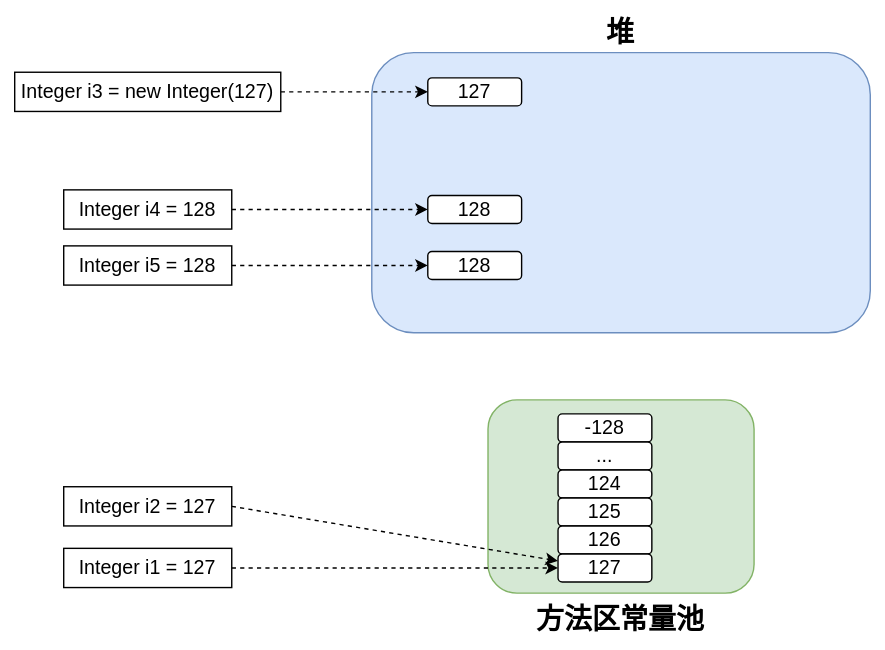
The draw.io diagram Java/JavaSE/基础知识/数值缓存.drawio.svg in Developer-Tang/notes, before a commit. Source tidied: cells renumbered, new cells last; positions are measured from the earlier drawing's top-left corner, leaving out a move shared by most shapes.
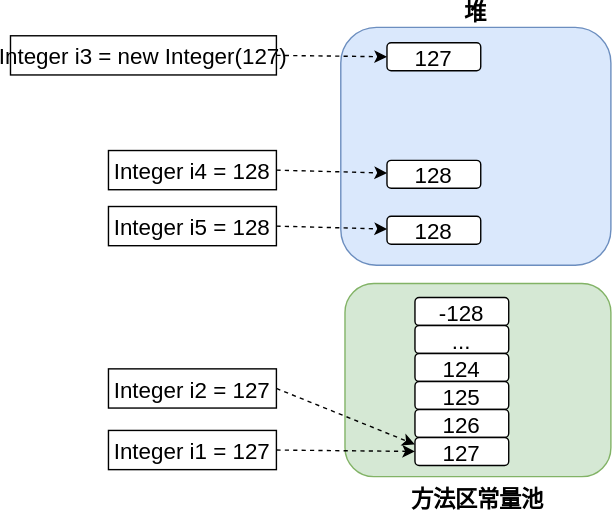
After the change.

The edit, as a diff of the source:
```diff
@@ -2,68 +2,68 @@
   <root>
     <mxCell id="0" />
     <mxCell id="1" parent="0" />
-    <mxCell id="2" value="方法区常量池" style="rounded=1;whiteSpace=wrap;html=1;fontSize=20;labelPosition=center;verticalLabelPosition=bottom;align=center;verticalAlign=top;fontStyle=1;fillColor=#d5e8d4;strokeColor=#82b366;" parent="1" vertex="1">
-      <mxGeometry x="338" y="248" width="190" height="138" as="geometry" />
+    <mxCell id="2" value="方法区常量池" style="rounded=1;fontSize=16;labelPosition=center;verticalLabelPosition=bottom;align=center;verticalAlign=top;fontStyle=1;fillColor=#d5e8d4;strokeColor=#82b366;" parent="1" vertex="1">
+      <mxGeometry x="171" y="147" width="190" height="138" as="geometry" />
     </mxCell>
-    <mxCell id="3" value="堆" style="rounded=1;whiteSpace=wrap;html=1;labelPosition=center;verticalLabelPosition=top;align=center;verticalAlign=bottom;fillColor=#dae8fc;strokeColor=#6c8ebf;fontSize=20;fontStyle=1;" parent="1" vertex="1">
-      <mxGeometry x="255" width="356" height="200" as="geometry" />
+    <mxCell id="3" value="堆" style="rounded=1;labelPosition=center;verticalLabelPosition=top;align=center;verticalAlign=bottom;fillColor=#dae8fc;strokeColor=#6c8ebf;fontSize=16;fontStyle=1;" parent="1" vertex="1">
+      <mxGeometry x="168" y="-36" width="193" height="170" as="geometry" />
     </mxCell>
-    <mxCell id="4" value="-128" style="rounded=1;whiteSpace=wrap;html=1;fontSize=14;" parent="1" vertex="1">
-      <mxGeometry x="388" y="258" width="67" height="20" as="geometry" />
+    <mxCell id="4" value="-128" style="rounded=1;fontSize=16;" parent="1" vertex="1">
+      <mxGeometry x="221" y="157" width="67" height="20" as="geometry" />
     </mxCell>
-    <mxCell id="5" value="..." style="rounded=1;whiteSpace=wrap;html=1;fontSize=14;" parent="1" vertex="1">
-      <mxGeometry x="388" y="278" width="67" height="20" as="geometry" />
+    <mxCell id="5" value="..." style="rounded=1;fontSize=16;" parent="1" vertex="1">
+      <mxGeometry x="221" y="177" width="67" height="20" as="geometry" />
     </mxCell>
-    <mxCell id="6" value="124" style="rounded=1;whiteSpace=wrap;html=1;fontSize=14;" parent="1" vertex="1">
-      <mxGeometry x="388" y="298" width="67" height="20" as="geometry" />
+    <mxCell id="6" value="124" style="rounded=1;fontSize=16;" parent="1" vertex="1">
+      <mxGeometry x="221" y="197" width="67" height="20" as="geometry" />
     </mxCell>
-    <mxCell id="7" value="125" style="rounded=1;whiteSpace=wrap;html=1;fontSize=14;" parent="1" vertex="1">
-      <mxGeometry x="388" y="318" width="67" height="20" as="geometry" />
+    <mxCell id="7" value="125" style="rounded=1;fontSize=16;" parent="1" vertex="1">
+      <mxGeometry x="221" y="217" width="67" height="20" as="geometry" />
     </mxCell>
-    <mxCell id="8" value="126" style="rounded=1;whiteSpace=wrap;html=1;fontSize=14;" parent="1" vertex="1">
-      <mxGeometry x="388" y="338" width="67" height="20" as="geometry" />
+    <mxCell id="8" value="126" style="rounded=1;fontSize=16;" parent="1" vertex="1">
+      <mxGeometry x="221" y="237" width="67" height="20" as="geometry" />
     </mxCell>
-    <mxCell id="9" value="127" style="rounded=1;whiteSpace=wrap;html=1;fontSize=14;" parent="1" vertex="1">
-      <mxGeometry x="388" y="358" width="67" height="20" as="geometry" />
+    <mxCell id="9" value="127" style="rounded=1;fontSize=16;" parent="1" vertex="1">
+      <mxGeometry x="221" y="257" width="67" height="20" as="geometry" />
     </mxCell>
-    <mxCell id="10" style="rounded=0;jettySize=auto;html=1;exitX=1;exitY=0.5;exitDx=0;exitDy=0;entryX=0;entryY=0.5;entryDx=0;entryDy=0;fontSize=14;dashed=1;" parent="1" edge="1" source="11" target="9">
+    <mxCell id="10" style="rounded=0;jettySize=auto;exitX=1;exitY=0.5;exitDx=0;exitDy=0;entryX=0;entryY=0.5;entryDx=0;entryDy=0;fontSize=16;dashed=1;" parent="1" edge="1" source="11" target="9">
       <mxGeometry relative="1" as="geometry" />
     </mxCell>
-    <mxCell id="11" value="Integer i1 = 127" style="whiteSpace=wrap;html=1;fontSize=14;" parent="1" vertex="1">
-      <mxGeometry x="35" y="354" width="120" height="28" as="geometry" />
+    <mxCell id="11" value="Integer i1 = 127" style="fontSize=16;labelBackgroundColor=none;spacing=0;fontColor=#000000;" parent="1" vertex="1">
+      <mxGeometry x="2" y="252" width="120" height="28" as="geometry" />
     </mxCell>
-    <mxCell id="12" style="edgeStyle=none;rounded=0;jettySize=auto;html=1;exitX=1;exitY=0.5;exitDx=0;exitDy=0;entryX=0;entryY=0.5;entryDx=0;entryDy=0;dashed=1;fontSize=14;" parent="1" edge="1" source="13" target="14">
+    <mxCell id="12" style="edgeStyle=none;rounded=0;jettySize=auto;exitX=1;exitY=0.5;exitDx=0;exitDy=0;entryX=0;entryY=0.5;entryDx=0;entryDy=0;dashed=1;fontSize=16;" parent="1" edge="1" source="13" target="14">
       <mxGeometry relative="1" as="geometry" />
     </mxCell>
-    <mxCell id="13" value="Integer i3 = new Integer(127)" style="whiteSpace=wrap;html=1;fontSize=14;" parent="1" vertex="1">
-      <mxGeometry y="14" width="190" height="28" as="geometry" />
+    <mxCell id="13" value="Integer i3 = new Integer(127)" style="fontSize=16;labelBackgroundColor=none;spacing=0;fontColor=#000000;" parent="1" vertex="1">
+      <mxGeometry x="-68" y="-30" width="190" height="28" as="geometry" />
     </mxCell>
-    <mxCell id="14" value="127" style="rounded=1;whiteSpace=wrap;html=1;fontSize=14;" parent="1" vertex="1">
-      <mxGeometry x="295" y="18" width="67" height="20" as="geometry" />
+    <mxCell id="14" value="127" style="rounded=1;fontSize=16;" parent="1" vertex="1">
+      <mxGeometry x="201" y="-25" width="67" height="20" as="geometry" />
     </mxCell>
-    <mxCell id="15" style="edgeStyle=none;rounded=0;jettySize=auto;html=1;exitX=1;exitY=0.5;exitDx=0;exitDy=0;dashed=1;fontSize=12;" parent="1" edge="1" source="16" target="17">
+    <mxCell id="15" style="edgeStyle=none;rounded=0;jettySize=auto;exitX=1;exitY=0.5;exitDx=0;exitDy=0;dashed=1;fontSize=16;" parent="1" edge="1" source="16" target="17">
       <mxGeometry relative="1" as="geometry" />
     </mxCell>
-    <mxCell id="16" value="Integer i4 = 128" style="whiteSpace=wrap;html=1;fontSize=14;" parent="1" vertex="1">
-      <mxGeometry x="35" y="98" width="120" height="28" as="geometry" />
+    <mxCell id="16" value="Integer i4 = 128" style="fontSize=16;labelBackgroundColor=none;spacing=0;fontColor=#000000;" parent="1" vertex="1">
+      <mxGeometry x="2" y="52" width="120" height="28" as="geometry" />
     </mxCell>
-    <mxCell id="17" value="128" style="rounded=1;whiteSpace=wrap;html=1;fontSize=14;" parent="1" vertex="1">
-      <mxGeometry x="295" y="102" width="67" height="20" as="geometry" />
+    <mxCell id="17" value="128" style="rounded=1;fontSize=16;" parent="1" vertex="1">
+      <mxGeometry x="201" y="59" width="67" height="20" as="geometry" />
     </mxCell>
-    <mxCell id="18" style="edgeStyle=none;rounded=0;jettySize=auto;html=1;exitX=1;exitY=0.5;exitDx=0;exitDy=0;dashed=1;fontSize=12;" parent="1" edge="1" source="19" target="20">
+    <mxCell id="18" style="edgeStyle=none;rounded=0;jettySize=auto;exitX=1;exitY=0.5;exitDx=0;exitDy=0;dashed=1;fontSize=16;" parent="1" edge="1" source="19" target="20">
       <mxGeometry relative="1" as="geometry" />
     </mxCell>
-    <mxCell id="19" value="Integer i5 = 128" style="whiteSpace=wrap;html=1;fontSize=14;" parent="1" vertex="1">
-      <mxGeometry x="35" y="138" width="120" height="28" as="geometry" />
+    <mxCell id="19" value="Integer i5 = 128" style="fontSize=16;labelBackgroundColor=none;spacing=0;fontColor=#000000;fillColor=default;strokeColor=default;" parent="1" vertex="1">
+      <mxGeometry x="2" y="92" width="120" height="28" as="geometry" />
     </mxCell>
-    <mxCell id="20" value="128" style="rounded=1;whiteSpace=wrap;html=1;fontSize=14;" parent="1" vertex="1">
-      <mxGeometry x="295" y="142" width="67" height="20" as="geometry" />
+    <mxCell id="20" value="128" style="rounded=1;fontSize=16;" parent="1" vertex="1">
+      <mxGeometry x="201" y="99" width="67" height="20" as="geometry" />
     </mxCell>
-    <mxCell id="21" style="edgeStyle=none;rounded=0;jettySize=auto;html=1;exitX=1;exitY=0.5;exitDx=0;exitDy=0;entryX=0;entryY=0.25;entryDx=0;entryDy=0;dashed=1;fontSize=12;" parent="1" edge="1" source="22" target="9">
+    <mxCell id="21" style="edgeStyle=none;rounded=0;jettySize=auto;exitX=1;exitY=0.5;exitDx=0;exitDy=0;entryX=0;entryY=0.25;entryDx=0;entryDy=0;dashed=1;fontSize=16;" parent="1" edge="1" source="22" target="9">
       <mxGeometry relative="1" as="geometry" />
     </mxCell>
-    <mxCell id="22" value="Integer i2 = 127" style="whiteSpace=wrap;html=1;fontSize=14;" parent="1" vertex="1">
-      <mxGeometry x="35" y="310" width="120" height="28" as="geometry" />
+    <mxCell id="22" value="Integer i2 = 127" style="fontSize=16;labelBackgroundColor=none;spacing=0;fontColor=#000000;" parent="1" vertex="1">
+      <mxGeometry x="2" y="208" width="120" height="28" as="geometry" />
     </mxCell>
   </root>
 </mxGraphModel>
```
